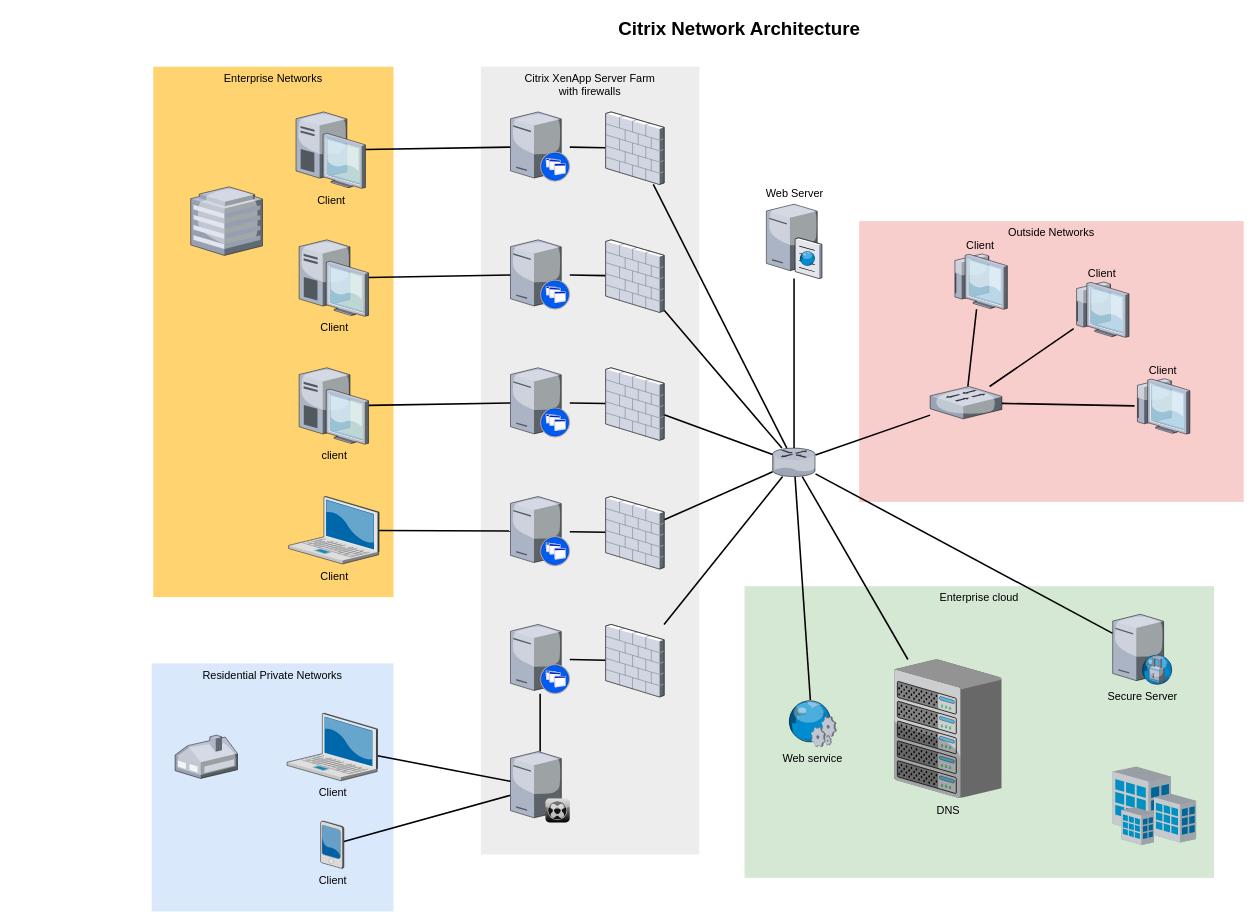
The draw.io diagram Untitled Diagram.drawio in xwbops/drawio, before the edit. Source tidied: cells renumbered, new cells numbered last; positions are measured from the earlier drawing's top-left corner, leaving out a move shared by most shapes. Both pictures are drawn from the tidied source at 78%, with x=0, y=0 at pixel (151, 13).
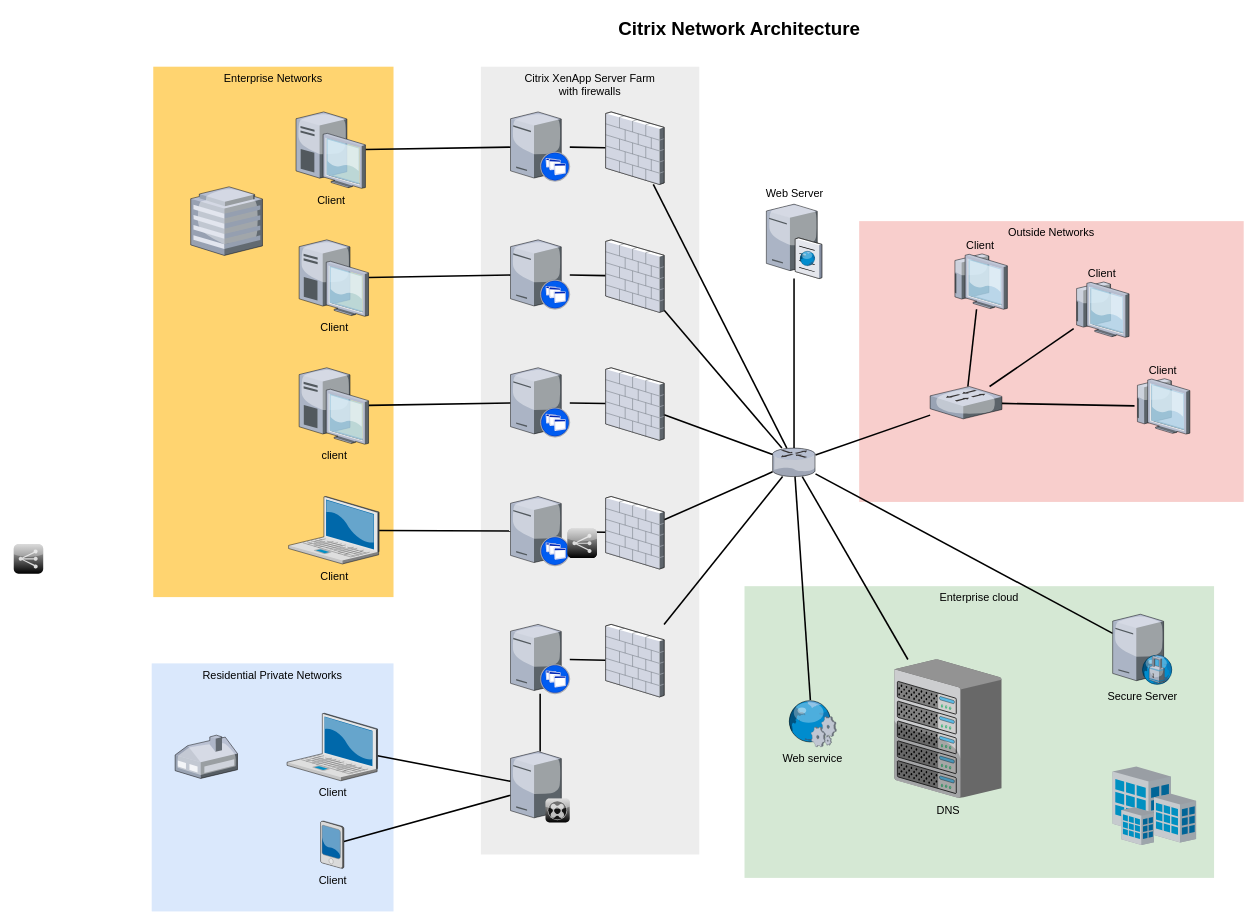
Above is the later version.

Commit message:
系统架构图

The edit, as a diff of the source:
```diff
@@
+    <mxCell id="62" style="verticalLabelPosition=bottom;sketch=0;html=1;verticalAlign=top;strokeColor=none;align=center;shape=mxgraph.citrix.role_appcontroller;fillColor=#CCCCCC;gradientColor=#000000;gradientDirection=south;" parent="1" vertex="1">
+      <mxGeometry x="533" y="660" width="38" height="38" as="geometry" />
+    </mxCell>
+    <mxCell id="63" style="verticalLabelPosition=bottom;sketch=0;html=1;verticalAlign=top;strokeColor=none;align=center;shape=mxgraph.citrix.role_appcontroller;fillColor=#CCCCCC;gradientColor=#000000;gradientDirection=south;" parent="1" vertex="1">
+      <mxGeometry x="533" y="660" width="38" height="38" as="geometry" />
+    </mxCell>
+    <mxCell id="64" style="verticalLabelPosition=bottom;sketch=0;html=1;verticalAlign=top;strokeColor=none;align=center;shape=mxgraph.citrix.role_appcontroller;fillColor=#CCCCCC;gradientColor=#000000;gradientDirection=south;" parent="1" vertex="1">
+      <mxGeometry x="-177" y="680" width="38" height="38" as="geometry" />
+    </mxCell>
```
